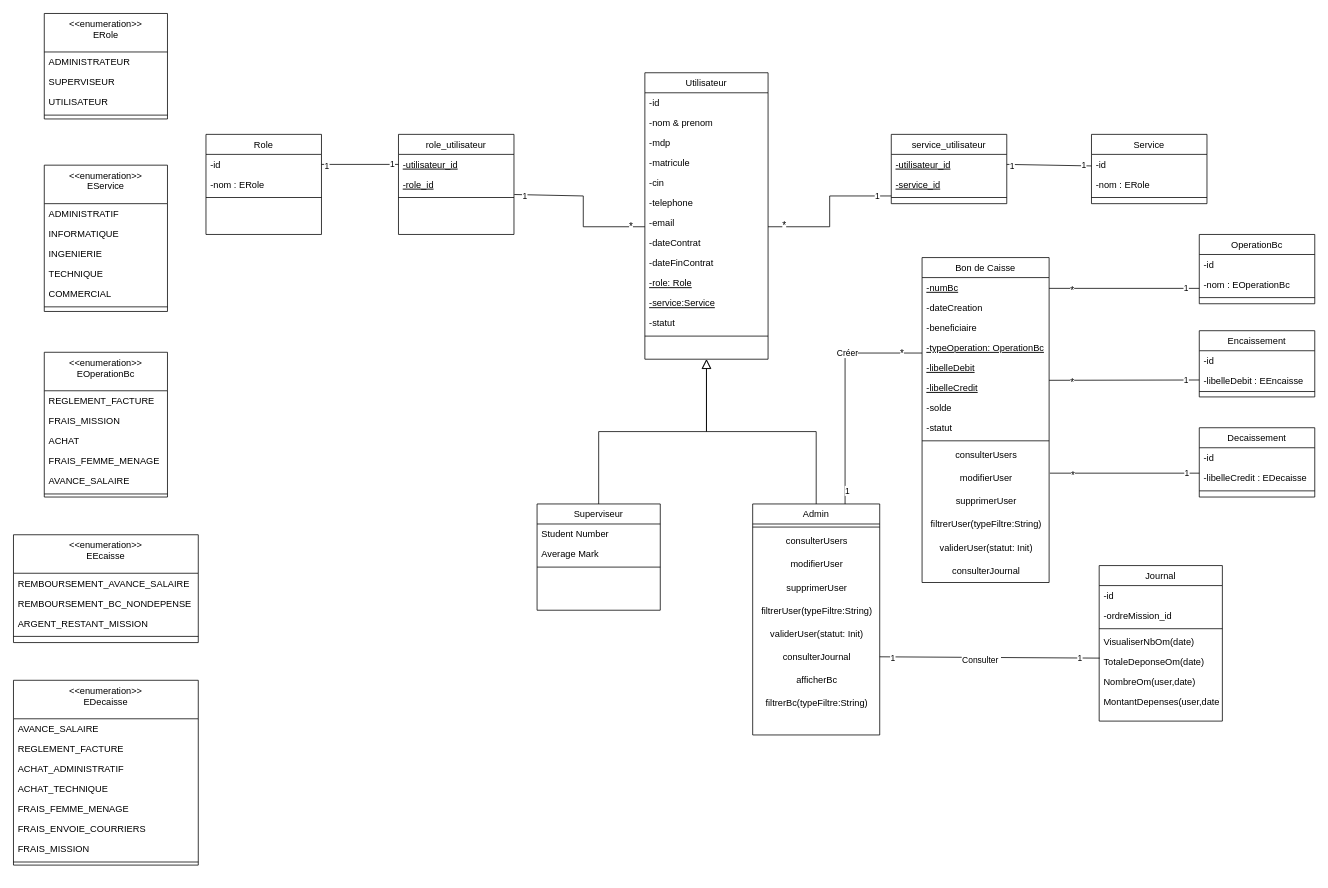
Before: ClassDiagram.drawio in BARIGOU-Imane/Gestion-des-Ordres-de-Mission, a draw.io diagram. Source tidied: cells renumbered, new cells numbered last; positions are measured from the earlier drawing's top-left corner, leaving out a move shared by most shapes. Both pictures are drawn from the tidied source at 77%, with x=0, y=0 at pixel (13, 13).
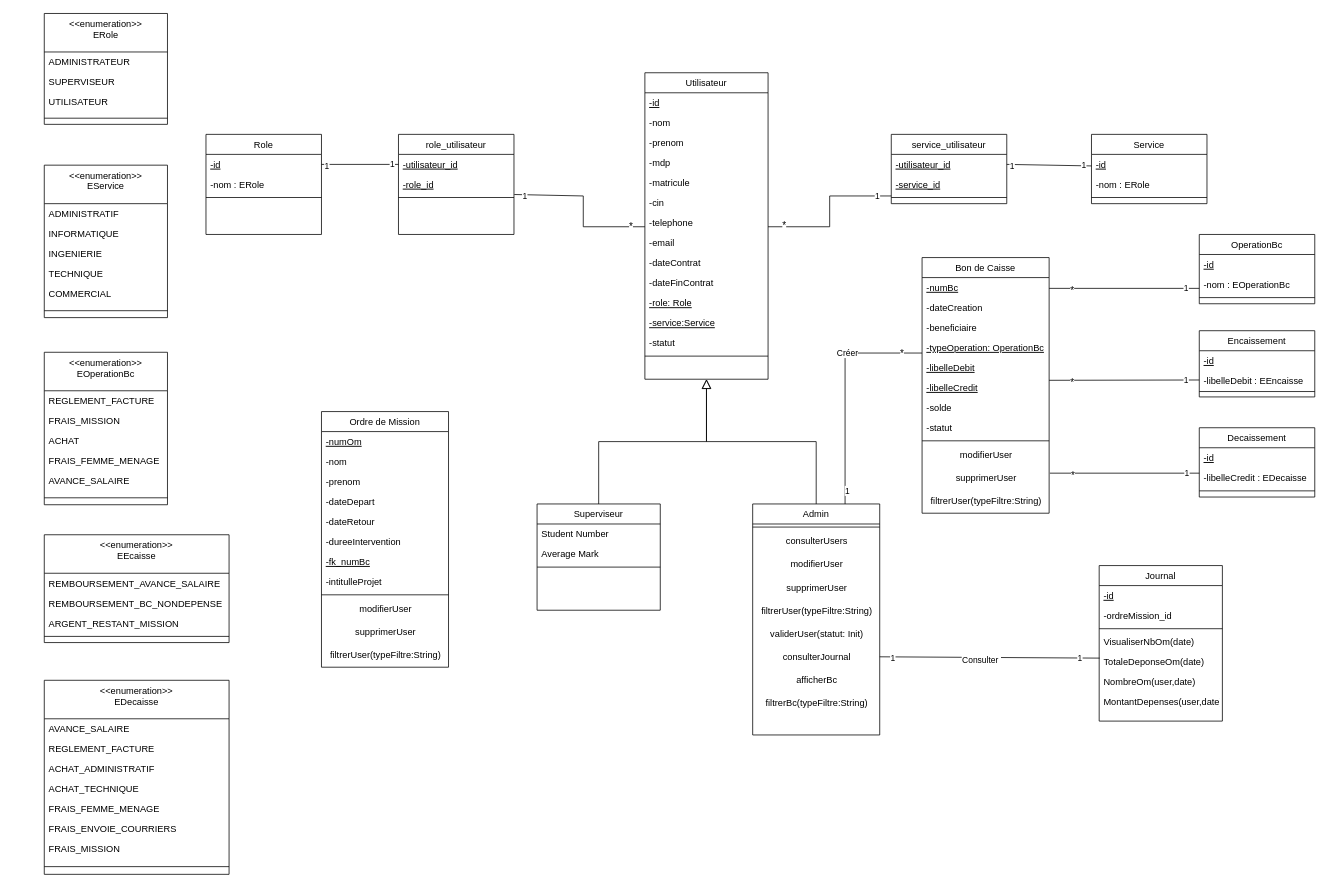
The same page after the edit.

Unchanged cells that the change refers to:
```xml
<mxCell id="45" value="Role" style="swimlane;fontStyle=0;align=center;verticalAlign=top;horizontal=1;startSize=26;rounded=0;shadow=0;strokeWidth=1;" parent="1" vertex="1">
  <mxGeometry x="250" y="157" width="150" height="130" as="geometry" />
</mxCell>
<mxCell id="52" value="Service" style="swimlane;fontStyle=0;align=center;verticalAlign=top;horizontal=1;startSize=26;rounded=0;shadow=0;strokeWidth=1;" parent="1" vertex="1">
  <mxGeometry x="1400" y="157" width="150" height="90" as="geometry" />
</mxCell>
<mxCell id="73" value="Journal" style="swimlane;fontStyle=0;align=center;verticalAlign=top;horizontal=1;startSize=26;rounded=0;shadow=0;strokeWidth=1;" parent="1" vertex="1">
  <mxGeometry x="1410" y="717" width="160" height="202" as="geometry" />
</mxCell>
<mxCell id="105" value="OperationBc" style="swimlane;fontStyle=0;align=center;verticalAlign=top;horizontal=1;startSize=26;rounded=0;shadow=0;strokeWidth=1;" parent="1" vertex="1">
  <mxGeometry x="1540" y="287" width="150" height="90" as="geometry" />
</mxCell>
<mxCell id="119" value="Encaissement" style="swimlane;fontStyle=0;align=center;verticalAlign=top;horizontal=1;startSize=26;rounded=0;shadow=0;strokeWidth=1;" parent="1" vertex="1">
  <mxGeometry x="1540" y="412" width="150" height="86" as="geometry" />
</mxCell>
<mxCell id="137" value="Decaissement" style="swimlane;fontStyle=0;align=center;verticalAlign=top;horizontal=1;startSize=26;rounded=0;shadow=0;strokeWidth=1;" parent="1" vertex="1">
  <mxGeometry x="1540" y="538" width="150" height="90" as="geometry" />
</mxCell>
```

The edit, as a diff of the source:
```diff
@@
     <mxCell id="2" value="Utilisateur" style="swimlane;fontStyle=0;align=center;verticalAlign=top;horizontal=1;startSize=26;rounded=0;shadow=0;strokeWidth=1;" parent="1" vertex="1">
-      <mxGeometry x="820" y="77" width="160" height="372" as="geometry" />
+      <mxGeometry x="820" y="77" width="160" height="398" as="geometry" />
     </mxCell>
-    <mxCell id="3" value="-id" style="text;align=left;verticalAlign=top;spacingLeft=4;spacingRight=4;overflow=hidden;rounded=0;shadow=0;html=0;" parent="2" vertex="1">
+    <mxCell id="3" value="-id" style="text;align=left;verticalAlign=top;spacingLeft=4;spacingRight=4;overflow=hidden;rounded=0;shadow=0;html=0;fontStyle=4;" parent="2" vertex="1">
       <mxGeometry y="26" width="160" height="26" as="geometry" />
     </mxCell>
-    <mxCell id="4" value="-nom &amp; prenom" style="text;align=left;verticalAlign=top;spacingLeft=4;spacingRight=4;overflow=hidden;" parent="2" vertex="1">
+    <mxCell id="4" value="-nom" style="text;align=left;verticalAlign=top;spacingLeft=4;spacingRight=4;overflow=hidden;" parent="2" vertex="1">
       <mxGeometry y="52" width="160" height="26" as="geometry" />
     </mxCell>
+    <mxCell id="147" value="-prenom" style="text;align=left;verticalAlign=top;spacingLeft=4;spacingRight=4;overflow=hidden;" parent="2" vertex="1">
+      <mxGeometry y="78" width="160" height="26" as="geometry" />
+    </mxCell>
     <mxCell id="5" value="-mdp" style="text;align=left;verticalAlign=top;spacingLeft=4;spacingRight=4;overflow=hidden;rounded=0;shadow=0;html=0;" parent="2" vertex="1">
-      <mxGeometry y="78" width="160" height="26" as="geometry" />
+      <mxGeometry y="104" width="160" height="26" as="geometry" />
     </mxCell>
     <mxCell id="6" value="-matricule    " style="text;align=left;verticalAlign=top;spacingLeft=4;spacingRight=4;overflow=hidden;" parent="2" vertex="1">
-      <mxGeometry y="104" width="160" height="26" as="geometry" />
+      <mxGeometry y="130" width="160" height="26" as="geometry" />
     </mxCell>
     <mxCell id="7" value="-cin" style="text;align=left;verticalAlign=top;spacingLeft=4;spacingRight=4;overflow=hidden;" parent="2" vertex="1">
-      <mxGeometry y="130" width="160" height="26" as="geometry" />
+      <mxGeometry y="156" width="160" height="26" as="geometry" />
     </mxCell>
     <mxCell id="8" value="-telephone" style="text;align=left;verticalAlign=top;spacingLeft=4;spacingRight=4;overflow=hidden;" parent="2" vertex="1">
-      <mxGeometry y="156" width="160" height="26" as="geometry" />
+      <mxGeometry y="182" width="160" height="26" as="geometry" />
     </mxCell>
     <mxCell id="9" value="-email" style="text;align=left;verticalAlign=top;spacingLeft=4;spacingRight=4;overflow=hidden;" parent="2" vertex="1">
-      <mxGeometry y="182" width="160" height="26" as="geometry" />
+      <mxGeometry y="208" width="160" height="26" as="geometry" />
     </mxCell>
     <mxCell id="10" value="-dateContrat" style="text;align=left;verticalAlign=top;spacingLeft=4;spacingRight=4;overflow=hidden;" parent="2" vertex="1">
-      <mxGeometry y="208" width="160" height="26" as="geometry" />
+      <mxGeometry y="234" width="160" height="26" as="geometry" />
     </mxCell>
     <mxCell id="11" value="-dateFinContrat" style="text;align=left;verticalAlign=top;spacingLeft=4;spacingRight=4;overflow=hidden;" parent="2" vertex="1">
-      <mxGeometry y="234" width="160" height="26" as="geometry" />
+      <mxGeometry y="260" width="160" height="26" as="geometry" />
     </mxCell>
     <mxCell id="12" value="-role: Role" style="text;align=left;verticalAlign=top;spacingLeft=4;spacingRight=4;overflow=hidden;fontStyle=4;" parent="2" vertex="1">
-      <mxGeometry y="260" width="160" height="26" as="geometry" />
+      <mxGeometry y="286" width="160" height="26" as="geometry" />
     </mxCell>
     <mxCell id="13" value="-service:Service" style="text;align=left;verticalAlign=top;spacingLeft=4;spacingRight=4;overflow=hidden;fontStyle=4;" parent="2" vertex="1">
-      <mxGeometry y="286" width="160" height="26" as="geometry" />
+      <mxGeometry y="312" width="160" height="26" as="geometry" />
     </mxCell>
     <mxCell id="14" value="-statut" style="text;align=left;verticalAlign=top;spacingLeft=4;spacingRight=4;overflow=hidden;" parent="2" vertex="1">
-      <mxGeometry y="312" width="160" height="26" as="geometry" />
+      <mxGeometry y="338" width="160" height="26" as="geometry" />
     </mxCell>
     <mxCell id="15" style="line;html=1;strokeWidth=1;align=left;verticalAlign=middle;spacingTop=-1;spacingLeft=3;spacingRight=3;labelPosition=right;" parent="2" vertex="1">
-      <mxGeometry y="338" width="160" height="8" as="geometry" />
+      <mxGeometry y="364" width="160" height="8" as="geometry" />
     </mxCell>
     <mxCell id="16" value="&#10;" style="text;align=left;verticalAlign=top;spacingLeft=4;spacingRight=4;overflow=hidden;rounded=0;shadow=0;html=0;" parent="2" vertex="1">
-      <mxGeometry y="346" width="160" height="26" as="geometry" />
+      <mxGeometry y="372" width="160" height="26" as="geometry" />
     </mxCell>
@@
     <mxCell id="37" value="&lt;&lt;enumeration&gt;&gt;&#10;ERole" style="swimlane;fontStyle=0;align=center;verticalAlign=top;horizontal=1;startSize=50;rounded=0;shadow=0;strokeWidth=1;" parent="1" vertex="1">
-      <mxGeometry x="40" width="160" height="137" as="geometry" />
+      <mxGeometry x="40" width="160" height="144" as="geometry" />
     </mxCell>
@@
     <mxCell id="41" style="line;html=1;strokeWidth=1;align=left;verticalAlign=middle;spacingTop=-1;spacingLeft=3;spacingRight=3;labelPosition=right;" parent="37" vertex="1">
-      <mxGeometry y="128" width="160" height="8" as="geometry" />
+      <mxGeometry y="128" width="160" height="16" as="geometry" />
     </mxCell>
@@
-    <mxCell id="46" value="-id" style="text;align=left;verticalAlign=top;spacingLeft=4;spacingRight=4;overflow=hidden;points=[[0,0.5],[1,0.5]];portConstraint=eastwest;" parent="45" vertex="1">
+    <mxCell id="46" value="-id" style="text;align=left;verticalAlign=top;spacingLeft=4;spacingRight=4;overflow=hidden;points=[[0,0.5],[1,0.5]];portConstraint=eastwest;fontStyle=4;" parent="45" vertex="1">
       <mxGeometry y="26" width="150" height="26" as="geometry" />
     </mxCell>
@@
-    <mxCell id="53" value="-id" style="text;align=left;verticalAlign=top;spacingLeft=4;spacingRight=4;overflow=hidden;" parent="52" vertex="1">
+    <mxCell id="53" value="-id" style="text;align=left;verticalAlign=top;spacingLeft=4;spacingRight=4;overflow=hidden;fontStyle=4;" parent="52" vertex="1">
       <mxGeometry y="26" width="150" height="26" as="geometry" />
     </mxCell>
@@
     <mxCell id="60" value="&lt;&lt;enumeration&gt;&gt;&#10;EService" style="swimlane;fontStyle=0;align=center;verticalAlign=top;horizontal=1;startSize=50;rounded=0;shadow=0;strokeWidth=1;" parent="1" vertex="1">
-      <mxGeometry x="40" y="197" width="160" height="190" as="geometry" />
+      <mxGeometry x="40" y="197" width="160" height="198" as="geometry" />
     </mxCell>
@@
     <mxCell id="66" style="line;html=1;strokeWidth=1;align=left;verticalAlign=middle;spacingTop=-1;spacingLeft=3;spacingRight=3;labelPosition=right;" parent="60" vertex="1">
-      <mxGeometry y="180" width="160" height="8" as="geometry" />
+      <mxGeometry y="180" width="160" height="18" as="geometry" />
     </mxCell>
@@
-    <mxCell id="74" value="-id" style="text;align=left;verticalAlign=top;spacingLeft=4;spacingRight=4;overflow=hidden;rounded=0;shadow=0;html=0;" parent="73" vertex="1">
+    <mxCell id="74" value="-id" style="text;align=left;verticalAlign=top;spacingLeft=4;spacingRight=4;overflow=hidden;rounded=0;shadow=0;html=0;fontStyle=4;" parent="73" vertex="1">
       <mxGeometry y="26" width="160" height="26" as="geometry" />
     </mxCell>
@@
     <mxCell id="85" value="Bon de Caisse" style="swimlane;fontStyle=0;align=center;verticalAlign=top;horizontal=1;startSize=26;rounded=0;shadow=0;strokeWidth=1;" parent="1" vertex="1">
-      <mxGeometry x="1180" y="317" width="165" height="422" as="geometry" />
+      <mxGeometry x="1180" y="317" width="165" height="332" as="geometry" />
     </mxCell>
@@
-    <mxCell id="95" value="consulterUsers" style="text;html=1;align=center;verticalAlign=middle;strokeColor=none;fillColor=none;" parent="85" vertex="1">
-      <mxGeometry y="242" width="165" height="30" as="geometry" />
-    </mxCell>
     <mxCell id="96" value="modifierUser" style="text;html=1;align=center;verticalAlign=middle;strokeColor=none;fillColor=none;" parent="85" vertex="1">
-      <mxGeometry y="272" width="165" height="30" as="geometry" />
+      <mxGeometry y="242" width="165" height="30" as="geometry" />
     </mxCell>
     <mxCell id="97" value="supprimerUser" style="text;html=1;align=center;verticalAlign=middle;strokeColor=none;fillColor=none;" parent="85" vertex="1">
-      <mxGeometry y="302" width="165" height="30" as="geometry" />
+      <mxGeometry y="272" width="165" height="30" as="geometry" />
     </mxCell>
     <mxCell id="98" value="filtrerUser(typeFiltre:String)" style="text;html=1;align=center;verticalAlign=middle;strokeColor=none;fillColor=none;" parent="85" vertex="1">
-      <mxGeometry y="332" width="165" height="30" as="geometry" />
+      <mxGeometry y="302" width="165" height="30" as="geometry" />
     </mxCell>
-    <mxCell id="99" value="validerUser(statut: Init)" style="text;html=1;align=center;verticalAlign=middle;strokeColor=none;fillColor=none;" parent="85" vertex="1">
-      <mxGeometry y="362" width="165" height="30" as="geometry" />
-    </mxCell>
-    <mxCell id="100" value="consulterJournal" style="text;html=1;align=center;verticalAlign=middle;strokeColor=none;fillColor=none;" parent="85" vertex="1">
-      <mxGeometry y="392" width="165" height="30" as="geometry" />
-    </mxCell>
@@
-    <mxCell id="106" value="-id" style="text;align=left;verticalAlign=top;spacingLeft=4;spacingRight=4;overflow=hidden;" parent="105" vertex="1">
+    <mxCell id="106" value="-id" style="text;align=left;verticalAlign=top;spacingLeft=4;spacingRight=4;overflow=hidden;fontStyle=4;" parent="105" vertex="1">
       <mxGeometry y="26" width="150" height="26" as="geometry" />
     </mxCell>
@@
     <mxCell id="109" value="&lt;&lt;enumeration&gt;&gt;&#10;EOperationBc" style="swimlane;fontStyle=0;align=center;verticalAlign=top;horizontal=1;startSize=50;rounded=0;shadow=0;strokeWidth=1;" parent="1" vertex="1">
-      <mxGeometry x="40" y="440" width="160" height="188" as="geometry" />
+      <mxGeometry x="40" y="440" width="160" height="198" as="geometry" />
     </mxCell>
@@
     <mxCell id="115" style="line;html=1;strokeWidth=1;align=left;verticalAlign=middle;spacingTop=-1;spacingLeft=3;spacingRight=3;labelPosition=right;" parent="109" vertex="1">
-      <mxGeometry y="180" width="160" height="8" as="geometry" />
+      <mxGeometry y="180" width="160" height="18" as="geometry" />
     </mxCell>
@@
-    <mxCell id="120" value="-id" style="text;align=left;verticalAlign=top;spacingLeft=4;spacingRight=4;overflow=hidden;" parent="119" vertex="1">
+    <mxCell id="120" value="-id" style="text;align=left;verticalAlign=top;spacingLeft=4;spacingRight=4;overflow=hidden;fontStyle=4;" parent="119" vertex="1">
       <mxGeometry y="26" width="150" height="26" as="geometry" />
     </mxCell>
@@
     <mxCell id="123" value="&lt;&lt;enumeration&gt;&gt;&#10;EEcaisse" style="swimlane;fontStyle=0;align=center;verticalAlign=top;horizontal=1;startSize=50;rounded=0;shadow=0;strokeWidth=1;" parent="1" vertex="1">
-      <mxGeometry y="677" width="240" height="140" as="geometry" />
+      <mxGeometry x="40" y="677" width="240" height="140" as="geometry" />
     </mxCell>
@@
     <mxCell id="128" value="&lt;&lt;enumeration&gt;&gt;&#10;EDecaisse" style="swimlane;fontStyle=0;align=center;verticalAlign=top;horizontal=1;startSize=50;rounded=0;shadow=0;strokeWidth=1;" parent="1" vertex="1">
-      <mxGeometry y="866" width="240" height="240" as="geometry" />
+      <mxGeometry x="40" y="866" width="240" height="252" as="geometry" />
     </mxCell>
@@
     <mxCell id="136" style="line;html=1;strokeWidth=1;align=left;verticalAlign=middle;spacingTop=-1;spacingLeft=3;spacingRight=3;labelPosition=right;" parent="128" vertex="1">
-      <mxGeometry y="232" width="240" height="8" as="geometry" />
+      <mxGeometry y="232" width="240" height="20" as="geometry" />
     </mxCell>
@@
-    <mxCell id="138" value="-id" style="text;align=left;verticalAlign=top;spacingLeft=4;spacingRight=4;overflow=hidden;" parent="137" vertex="1">
+    <mxCell id="138" value="-id" style="text;align=left;verticalAlign=top;spacingLeft=4;spacingRight=4;overflow=hidden;fontStyle=4;" parent="137" vertex="1">
       <mxGeometry y="26" width="150" height="26" as="geometry" />
     </mxCell>
@@
+    <mxCell id="148" value="Ordre de Mission" style="swimlane;fontStyle=0;align=center;verticalAlign=top;horizontal=1;startSize=26;rounded=0;shadow=0;strokeWidth=1;" parent="1" vertex="1">
+      <mxGeometry x="400" y="517" width="165" height="332" as="geometry" />
+    </mxCell>
+    <mxCell id="149" value="-numOm" style="text;align=left;verticalAlign=top;spacingLeft=4;spacingRight=4;overflow=hidden;fontStyle=4;" parent="148" vertex="1">
+      <mxGeometry y="26" width="165" height="26" as="geometry" />
+    </mxCell>
+    <mxCell id="150" value="-nom" style="text;align=left;verticalAlign=top;spacingLeft=4;spacingRight=4;overflow=hidden;" parent="148" vertex="1">
+      <mxGeometry y="52" width="165" height="26" as="geometry" />
+    </mxCell>
+    <mxCell id="151" value="-prenom" style="text;align=left;verticalAlign=top;spacingLeft=4;spacingRight=4;overflow=hidden;" parent="148" vertex="1">
+      <mxGeometry y="78" width="165" height="26" as="geometry" />
+    </mxCell>
+    <mxCell id="152" value="-dateDepart" style="text;align=left;verticalAlign=top;spacingLeft=4;spacingRight=4;overflow=hidden;fontStyle=0;" parent="148" vertex="1">
+      <mxGeometry y="104" width="165" height="26" as="geometry" />
+    </mxCell>
+    <mxCell id="153" value="-dateRetour" style="text;align=left;verticalAlign=top;spacingLeft=4;spacingRight=4;overflow=hidden;fontStyle=0;" parent="148" vertex="1">
+      <mxGeometry y="130" width="165" height="26" as="geometry" />
+    </mxCell>
+    <mxCell id="154" value="-dureeIntervention" style="text;align=left;verticalAlign=top;spacingLeft=4;spacingRight=4;overflow=hidden;fontStyle=0;" parent="148" vertex="1">
+      <mxGeometry y="156" width="165" height="26" as="geometry" />
+    </mxCell>
+    <mxCell id="155" value="-fk_numBc" style="text;align=left;verticalAlign=top;spacingLeft=4;spacingRight=4;overflow=hidden;fontStyle=4;" parent="148" vertex="1">
+      <mxGeometry y="182" width="165" height="26" as="geometry" />
+    </mxCell>
+    <mxCell id="156" value="-intitulleProjet" style="text;align=left;verticalAlign=top;spacingLeft=4;spacingRight=4;overflow=hidden;fontStyle=0;" parent="148" vertex="1">
+      <mxGeometry y="208" width="165" height="26" as="geometry" />
+    </mxCell>
+    <mxCell id="157" style="line;html=1;strokeWidth=1;align=left;verticalAlign=middle;spacingTop=-1;spacingLeft=3;spacingRight=3;labelPosition=right;" parent="148" vertex="1">
+      <mxGeometry y="234" width="165" height="8" as="geometry" />
+    </mxCell>
+    <mxCell id="158" value="modifierUser" style="text;html=1;align=center;verticalAlign=middle;strokeColor=none;fillColor=none;" parent="148" vertex="1">
+      <mxGeometry y="242" width="165" height="30" as="geometry" />
+    </mxCell>
+    <mxCell id="159" value="supprimerUser" style="text;html=1;align=center;verticalAlign=middle;strokeColor=none;fillColor=none;" parent="148" vertex="1">
+      <mxGeometry y="272" width="165" height="30" as="geometry" />
+    </mxCell>
+    <mxCell id="160" value="filtrerUser(typeFiltre:String)" style="text;html=1;align=center;verticalAlign=middle;strokeColor=none;fillColor=none;" parent="148" vertex="1">
+      <mxGeometry y="302" width="165" height="30" as="geometry" />
+    </mxCell>
```
